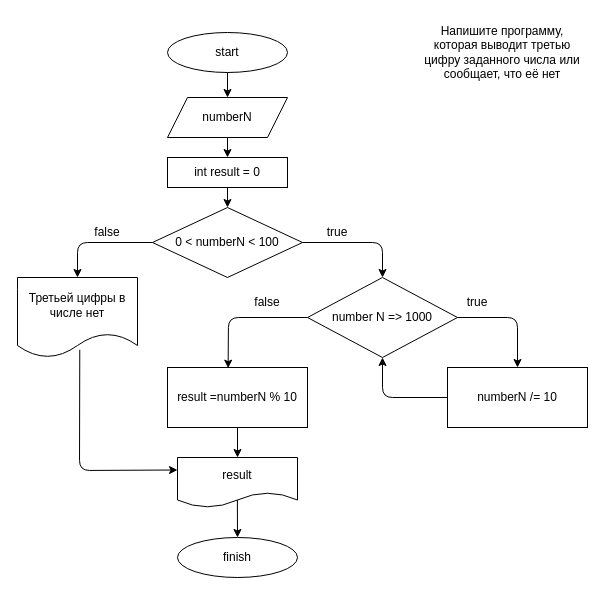
RomanenkoElena/Homework2 keeps this draw.io diagram as ex13/diagram.drawio. Above is the earlier version. Source tidied: cells renumbered, new cells numbered last; positions are measured from the earlier drawing's top-left corner, leaving out a move shared by most shapes. Both pictures are drawn from the tidied source at 100%, with x=0, y=0 at pixel (17, 17).
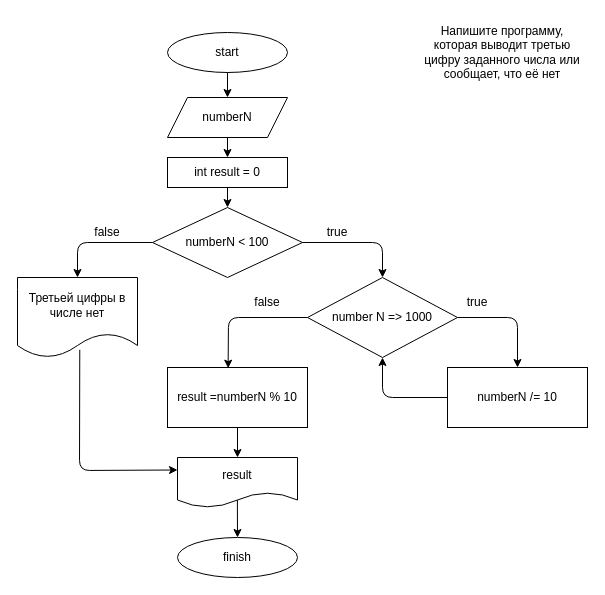
The same diagram, later.

The edit, as a diff of the source:
```diff
@@
-<mxGraphModel>
+<mxGraphModel background="#ffffff">
@@
-    <mxCell id="6" value="0 &amp;lt; numberN &amp;lt; 100" style="rhombus;whiteSpace=wrap;html=1;" parent="1" vertex="1">
+    <mxCell id="6" value="numberN &amp;lt; 100" style="rhombus;whiteSpace=wrap;html=1;" parent="1" vertex="1">
       <mxGeometry x="135" y="190" width="150" height="70" as="geometry" />
     </mxCell>
```
